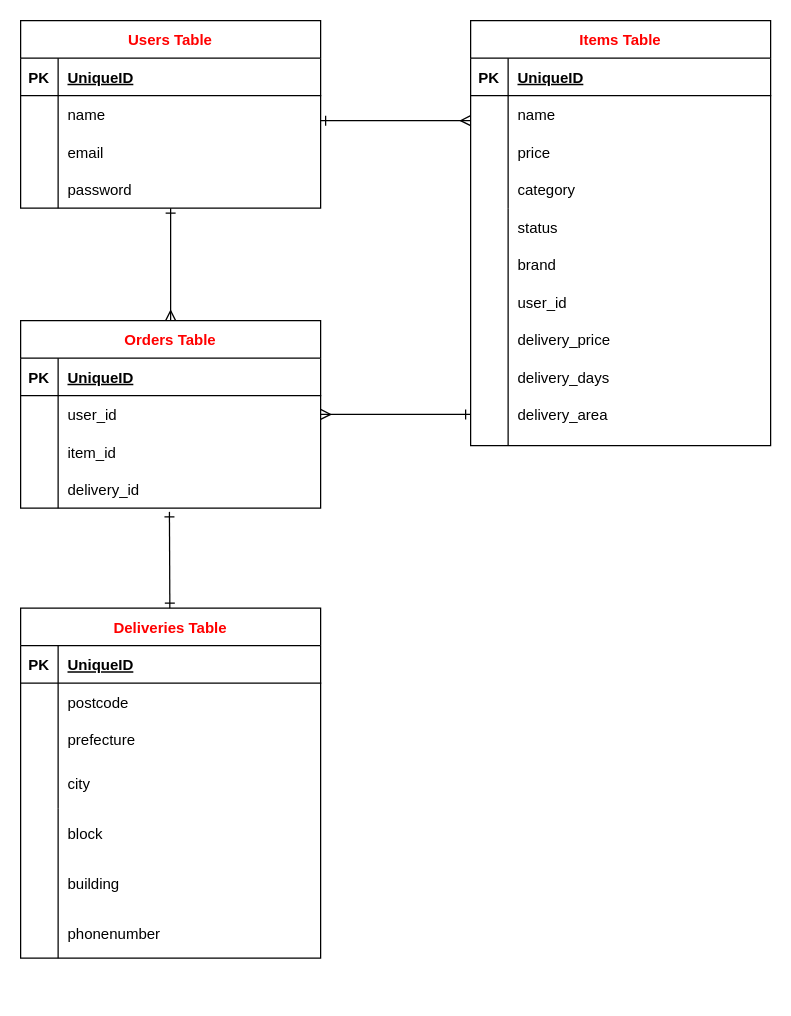
This is furima-er.dio from sho-itsuka/furima-37665, a draw.io file, before an edit. Source tidied: cells renumbered, new cells numbered last; positions are measured from the earlier drawing's top-left corner, leaving out a move shared by most shapes. Both pictures are drawn from the tidied source at 125%, with x=0, y=0 at pixel (20, 20).
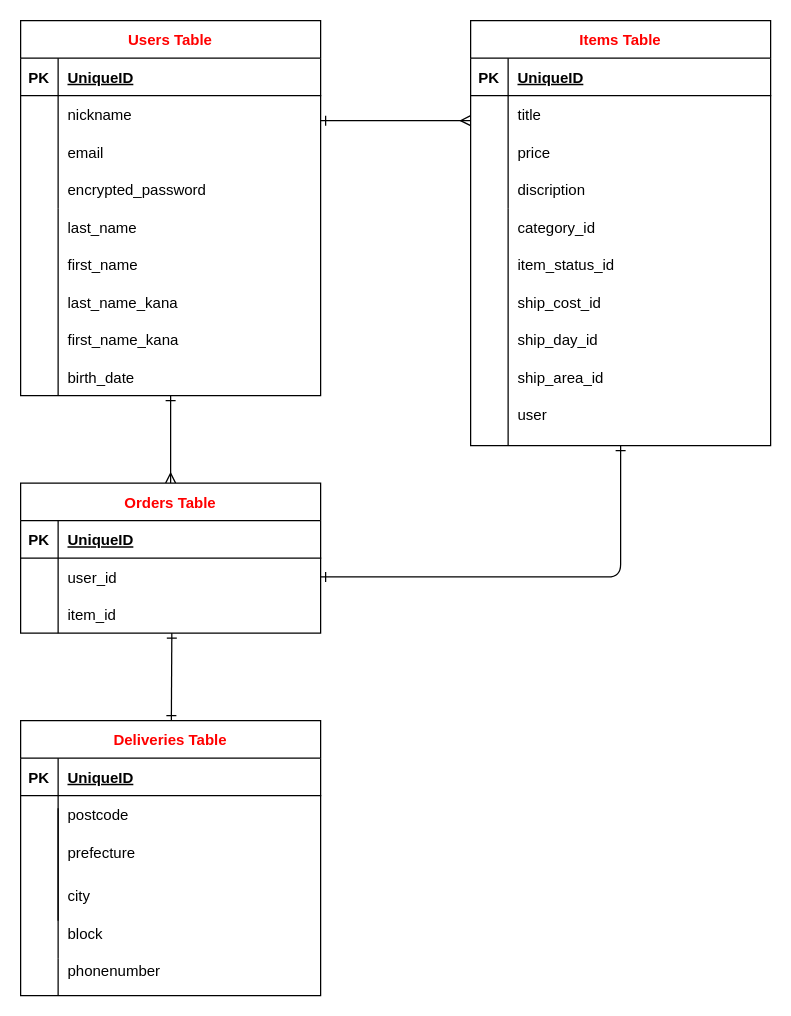
Above is the later version.

Unchanged cells that the change refers to:
```xml
<mxCell id="7" style="shape=partialRectangle;fillColor=none;top=0;left=0;bottom=0;right=0;" parent="3" vertex="1">
  <mxGeometry y="60" width="240" height="30" as="geometry" />
</mxCell>
<mxCell id="13" style="shape=partialRectangle;fillColor=none;top=0;left=0;bottom=0;right=0;" parent="3" vertex="1">
  <mxGeometry y="120" width="240" height="30" as="geometry" />
</mxCell>
<mxCell id="16" value="Items Table" style="shape=table;startSize=30;childLayout=tableLayout;rowLines=0;fontStyle=1;align=center;strokeColor=default;fontColor=#FF0000;" parent="1" vertex="1">
  <mxGeometry x="360" width="240" height="340" as="geometry" />
</mxCell>
<mxCell id="20" style="shape=partialRectangle;fillColor=none;top=0;left=0;bottom=0;right=0;" parent="16" vertex="1">
  <mxGeometry y="60" width="240" height="30" as="geometry" />
</mxCell>
<mxCell id="33" style="shape=partialRectangle;fillColor=none;top=0;left=0;bottom=0;right=0;points=[[0,0.5],[1,0.5]];portConstraint=eastwest;" parent="29" vertex="1">
  <mxGeometry y="60" width="240" height="30" as="geometry" />
</mxCell>
<mxCell id="36" style="shape=partialRectangle;fillColor=none;top=0;left=0;bottom=0;right=0;points=[[0,0.5],[1,0.5]];portConstraint=eastwest;" parent="29" vertex="1">
  <mxGeometry y="90" width="240" height="30" as="geometry" />
</mxCell>
```

Diff of the diagram source:
```diff
@@
     <mxCell id="3" value="Users Table" style="shape=table;startSize=30;childLayout=tableLayout;rowLines=0;fontStyle=1;align=center;fontColor=#FF0000;" parent="1" vertex="1">
-      <mxGeometry width="240" height="150" as="geometry" />
+      <mxGeometry width="240" height="300" as="geometry" />
     </mxCell>
@@
-    <mxCell id="9" value="name" style="shape=partialRectangle;fillColor=none;top=0;left=0;bottom=0;right=0;align=left;spacingLeft=6;overflow=hidden;" parent="7" vertex="1">
+    <mxCell id="9" value="nickname" style="shape=partialRectangle;fillColor=none;top=0;left=0;bottom=0;right=0;align=left;spacingLeft=6;overflow=hidden;" parent="7" vertex="1">
       <mxGeometry x="30" width="210" height="30" as="geometry" />
     </mxCell>
@@
-    <mxCell id="15" value="password" style="shape=partialRectangle;fillColor=none;top=0;left=0;bottom=0;right=0;align=left;spacingLeft=6;overflow=hidden;" parent="13" vertex="1">
+    <mxCell id="15" value="encrypted_password" style="shape=partialRectangle;fillColor=none;top=0;left=0;bottom=0;right=0;align=left;spacingLeft=6;overflow=hidden;" parent="13" vertex="1">
       <mxGeometry x="30" width="210" height="30" as="geometry" />
     </mxCell>
@@
-    <mxCell id="22" value="name" style="shape=partialRectangle;fillColor=none;top=0;left=0;bottom=0;right=0;align=left;spacingLeft=6;overflow=hidden;" parent="20" vertex="1">
+    <mxCell id="22" value="title" style="shape=partialRectangle;fillColor=none;top=0;left=0;bottom=0;right=0;align=left;spacingLeft=6;overflow=hidden;" parent="20" vertex="1">
       <mxGeometry x="30" width="210" height="30" as="geometry" />
     </mxCell>
@@
     <mxCell id="29" value="Orders Table" style="shape=table;startSize=30;childLayout=tableLayout;rowLines=0;fontStyle=1;align=center;fontColor=#FF0000;" parent="1" vertex="1">
-      <mxGeometry y="240" width="240" height="150" as="geometry" />
+      <mxGeometry y="370" width="240" height="120" as="geometry" />
     </mxCell>
@@
-    <mxCell id="39" style="shape=partialRectangle;fillColor=none;top=0;left=0;bottom=0;right=0;points=[[0,0.5],[1,0.5]];portConstraint=eastwest;" parent="29" vertex="1">
-      <mxGeometry y="120" width="240" height="30" as="geometry" />
-    </mxCell>
-    <mxCell id="40" style="shape=partialRectangle;fillColor=none;top=0;left=0;bottom=0;right=0;overflow=hidden;" parent="39" vertex="1">
-      <mxGeometry width="30" height="30" as="geometry" />
-    </mxCell>
-    <mxCell id="41" value="delivery_id" style="shape=partialRectangle;fillColor=none;top=0;left=0;bottom=0;right=0;align=left;spacingLeft=6;overflow=hidden;" parent="39" vertex="1">
-      <mxGeometry x="30" width="210" height="30" as="geometry" />
-    </mxCell>
-    <mxCell id="42" value="status" style="shape=partialRectangle;fillColor=none;top=0;left=0;bottom=0;right=0;align=left;spacingLeft=6;overflow=hidden;" parent="1" vertex="1">
+    <mxCell id="42" value="category_id" style="shape=partialRectangle;fillColor=none;top=0;left=0;bottom=0;right=0;align=left;spacingLeft=6;overflow=hidden;" parent="1" vertex="1">
       <mxGeometry x="390" y="150" width="210" height="30" as="geometry" />
     </mxCell>
-    <mxCell id="43" value="brand" style="shape=partialRectangle;fillColor=none;top=0;left=0;bottom=0;right=0;align=left;spacingLeft=6;overflow=hidden;" parent="1" vertex="1">
+    <mxCell id="43" value="item_status_id" style="shape=partialRectangle;fillColor=none;top=0;left=0;bottom=0;right=0;align=left;spacingLeft=6;overflow=hidden;" parent="1" vertex="1">
       <mxGeometry x="390" y="180" width="210" height="30" as="geometry" />
     </mxCell>
@@
-    <mxCell id="45" style="edgeStyle=none;html=1;startArrow=ERone;startFill=0;endArrow=ERmany;endFill=0;entryX=1;entryY=0.5;entryDx=0;entryDy=0;" parent="1" edge="1" target="33">
+    <mxCell id="45" style="edgeStyle=none;html=1;startArrow=ERone;startFill=0;endArrow=ERone;endFill=0;entryX=1;entryY=0.5;entryDx=0;entryDy=0;exitX=0.5;exitY=1;exitDx=0;exitDy=0;" parent="1" edge="1" source="16" target="33">
       <mxGeometry relative="1" as="geometry">
-        <mxPoint x="360" y="315" as="sourcePoint" />
+        <Array as="points">
+          <mxPoint x="480" y="445" />
+          <mxPoint x="360" y="445" />
+        </Array>
       </mxGeometry>
     </mxCell>
-    <mxCell id="46" style="edgeStyle=none;html=1;entryX=0.496;entryY=1.1;entryDx=0;entryDy=0;entryPerimeter=0;fontColor=#FF0000;startArrow=ERone;startFill=0;endArrow=ERone;endFill=0;" parent="1" edge="1" source="47" target="39">
+    <mxCell id="46" style="edgeStyle=none;html=1;fontColor=#FF0000;startArrow=ERone;startFill=0;endArrow=ERone;endFill=0;entryX=0.504;entryY=1;entryDx=0;entryDy=0;entryPerimeter=0;" parent="1" edge="1" source="47" target="36">
       <mxGeometry relative="1" as="geometry" />
     </mxCell>
     <mxCell id="47" value="Deliveries Table" style="shape=table;startSize=30;childLayout=tableLayout;rowLines=0;fontStyle=1;align=center;strokeColor=default;fillColor=none;fontColor=#FF0000;" parent="1" vertex="1">
-      <mxGeometry y="470" width="240" height="280" as="geometry" />
+      <mxGeometry y="560" width="240" height="220" as="geometry" />
     </mxCell>
@@
-    <mxCell id="61" value="category" style="shape=partialRectangle;fillColor=none;top=0;left=0;bottom=0;right=0;align=left;spacingLeft=6;overflow=hidden;" parent="1" vertex="1">
+    <mxCell id="61" value="discription" style="shape=partialRectangle;fillColor=none;top=0;left=0;bottom=0;right=0;align=left;spacingLeft=6;overflow=hidden;" parent="1" vertex="1">
       <mxGeometry x="390" y="120" width="210" height="30" as="geometry" />
     </mxCell>
     <mxCell id="62" value="block" style="shape=partialRectangle;fillColor=none;top=0;left=0;bottom=0;right=0;align=left;spacingLeft=6;overflow=hidden;strokeColor=default;" parent="1" vertex="1">
-      <mxGeometry x="30" y="630" width="210" height="40" as="geometry" />
+      <mxGeometry x="30" y="710" width="210" height="40" as="geometry" />
     </mxCell>
-    <mxCell id="63" value="building" style="shape=partialRectangle;fillColor=none;top=0;left=0;bottom=0;right=0;align=left;spacingLeft=6;overflow=hidden;strokeColor=default;" parent="1" vertex="1">
-      <mxGeometry x="30" y="670" width="210" height="40" as="geometry" />
-    </mxCell>
     <mxCell id="64" value="phonenumber" style="shape=partialRectangle;fillColor=none;top=0;left=0;bottom=0;right=0;align=left;spacingLeft=6;overflow=hidden;strokeColor=default;" parent="1" vertex="1">
-      <mxGeometry x="30" y="710" width="210" height="40" as="geometry" />
+      <mxGeometry x="30" y="740" width="210" height="40" as="geometry" />
     </mxCell>
@@
-    <mxCell id="66" value="delivery_price" style="shape=partialRectangle;fillColor=none;top=0;left=0;bottom=0;right=0;align=left;spacingLeft=6;overflow=hidden;" parent="1" vertex="1">
+    <mxCell id="66" value="ship_day_id" style="shape=partialRectangle;fillColor=none;top=0;left=0;bottom=0;right=0;align=left;spacingLeft=6;overflow=hidden;" parent="1" vertex="1">
       <mxGeometry x="390" y="240" width="210" height="30" as="geometry" />
     </mxCell>
-    <mxCell id="67" value="delivery_days" style="shape=partialRectangle;fillColor=none;top=0;left=0;bottom=0;right=0;align=left;spacingLeft=6;overflow=hidden;" parent="1" vertex="1">
+    <mxCell id="67" value="ship_area_id" style="shape=partialRectangle;fillColor=none;top=0;left=0;bottom=0;right=0;align=left;spacingLeft=6;overflow=hidden;" parent="1" vertex="1">
       <mxGeometry x="390" y="270" width="210" height="30" as="geometry" />
     </mxCell>
-    <mxCell id="68" value="delivery_area" style="shape=partialRectangle;fillColor=none;top=0;left=0;bottom=0;right=0;align=left;spacingLeft=6;overflow=hidden;" parent="1" vertex="1">
+    <mxCell id="68" value="user" style="shape=partialRectangle;fillColor=none;top=0;left=0;bottom=0;right=0;align=left;spacingLeft=6;overflow=hidden;" parent="1" vertex="1">
       <mxGeometry x="390" y="300" width="210" height="30" as="geometry" />
     </mxCell>
-    <mxCell id="69" value="user_id" style="shape=partialRectangle;fillColor=none;top=0;left=0;bottom=0;right=0;align=left;spacingLeft=6;overflow=hidden;" parent="1" vertex="1">
+    <mxCell id="69" value="ship_cost_id" style="shape=partialRectangle;fillColor=none;top=0;left=0;bottom=0;right=0;align=left;spacingLeft=6;overflow=hidden;" parent="1" vertex="1">
       <mxGeometry x="390" y="210" width="210" height="30" as="geometry" />
     </mxCell>
+    <mxCell id="70" value="last_name" style="shape=partialRectangle;fillColor=none;top=0;left=0;bottom=0;right=0;align=left;spacingLeft=6;overflow=hidden;" parent="1" vertex="1">
+      <mxGeometry x="30" y="150" width="210" height="30" as="geometry" />
+    </mxCell>
+    <mxCell id="71" value="first_name" style="shape=partialRectangle;fillColor=none;top=0;left=0;bottom=0;right=0;align=left;spacingLeft=6;overflow=hidden;" parent="1" vertex="1">
+      <mxGeometry x="30" y="180" width="210" height="30" as="geometry" />
+    </mxCell>
+    <mxCell id="72" value="last_name_kana" style="shape=partialRectangle;fillColor=none;top=0;left=0;bottom=0;right=0;align=left;spacingLeft=6;overflow=hidden;" parent="1" vertex="1">
+      <mxGeometry x="30" y="210" width="210" height="30" as="geometry" />
+    </mxCell>
+    <mxCell id="73" value="first_name_kana" style="shape=partialRectangle;fillColor=none;top=0;left=0;bottom=0;right=0;align=left;spacingLeft=6;overflow=hidden;" parent="1" vertex="1">
+      <mxGeometry x="30" y="240" width="210" height="30" as="geometry" />
+    </mxCell>
+    <mxCell id="74" value="birth_date" style="shape=partialRectangle;fillColor=none;top=0;left=0;bottom=0;right=0;align=left;spacingLeft=6;overflow=hidden;" parent="1" vertex="1">
+      <mxGeometry x="30" y="270" width="210" height="30" as="geometry" />
+    </mxCell>
+    <mxCell id="75" style="endArrow=none;html=1;rounded=0;" parent="1" edge="1">
+      <mxGeometry relative="1" as="geometry">
+        <mxPoint x="30" y="300" as="sourcePoint" />
+        <mxPoint x="30" y="150" as="targetPoint" />
+      </mxGeometry>
+    </mxCell>
+    <mxCell id="76" style="endArrow=none;html=1;rounded=0;" parent="1" edge="1">
+      <mxGeometry relative="1" as="geometry">
+        <mxPoint x="30" y="750" as="sourcePoint" />
+        <mxPoint x="30" y="780" as="targetPoint" />
+      </mxGeometry>
+    </mxCell>
```
